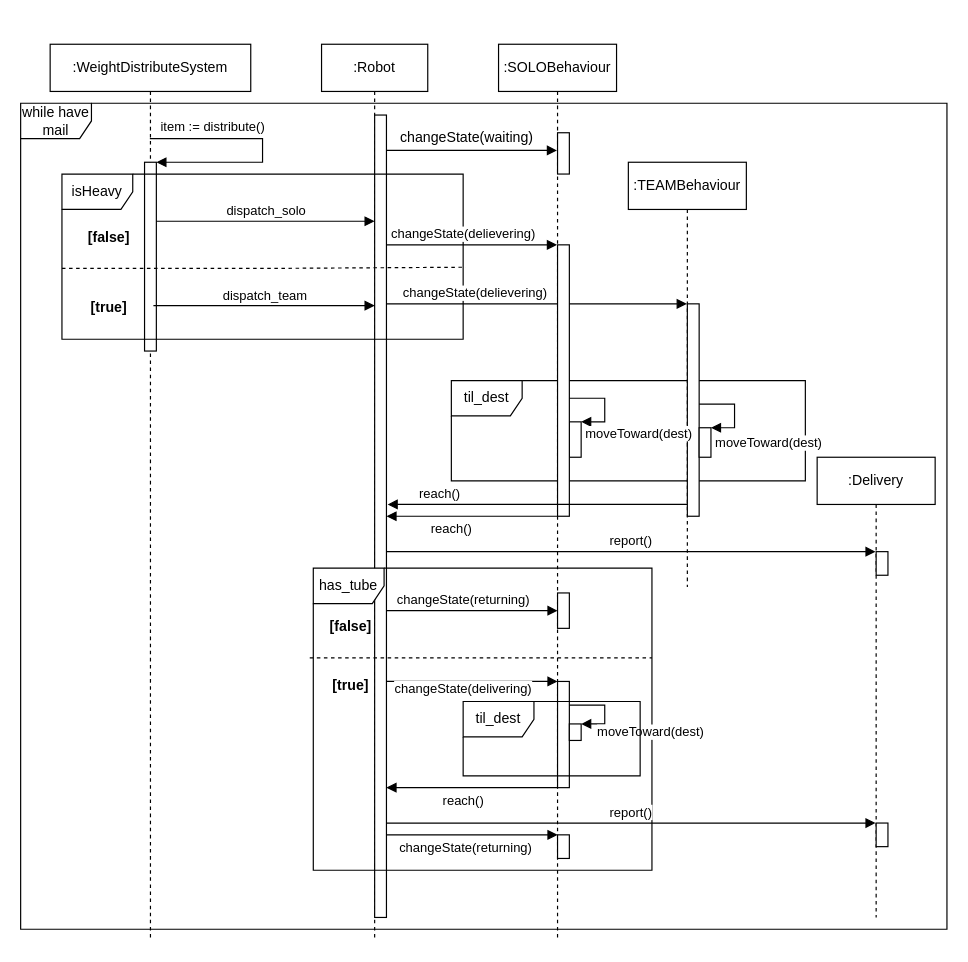
The draw.io diagram Sequence_diagram.drawio in PuKaiShen/SWEN30006, before the edit. Source tidied: cells renumbered, new cells numbered last; positions are measured from the earlier drawing's top-left corner, leaving out a move shared by most shapes. Both pictures are drawn from the tidied source at 118%, with x=0, y=0 at pixel (20, 44).
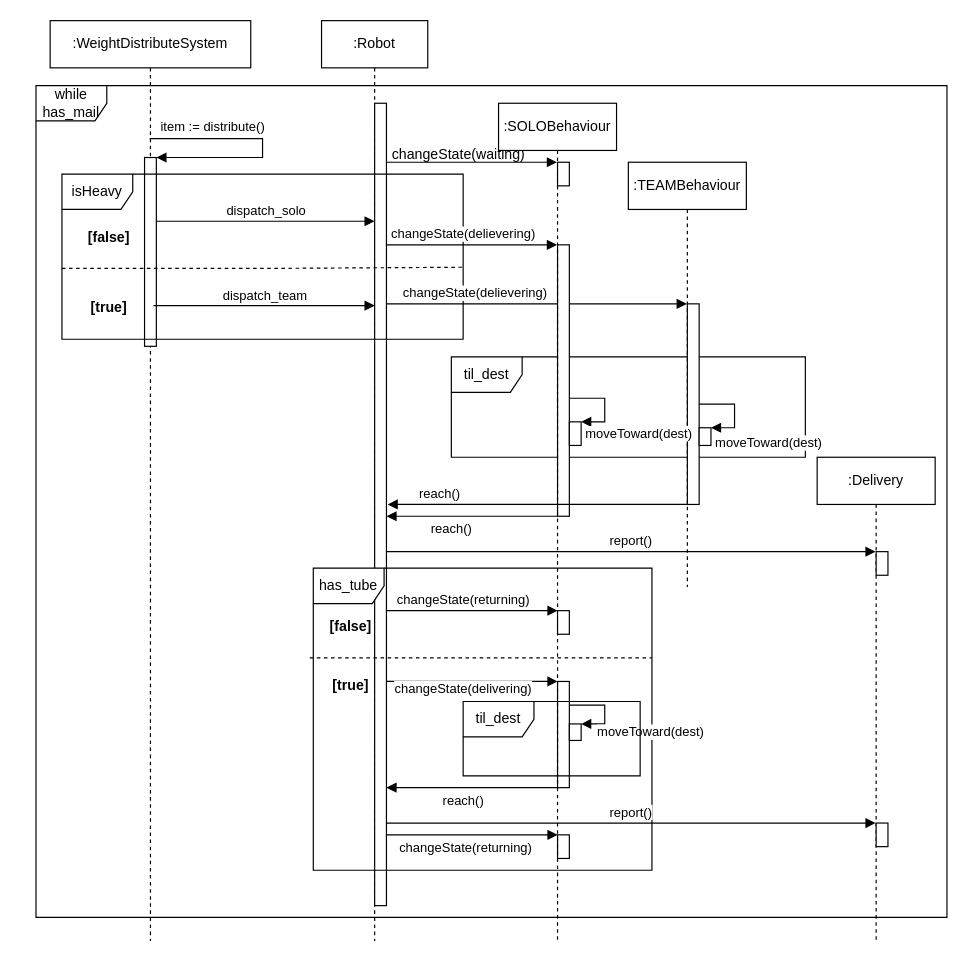
After the change.

The change refers to these unchanged cells:
```xml
<mxCell id="18" value=":TEAMBehaviour" style="shape=umlLifeline;perimeter=lifelinePerimeter;whiteSpace=wrap;html=1;outlineConnect=0;" parent="1" vertex="1">
  <mxGeometry x="515" y="100" width="100" height="360" as="geometry" />
</mxCell>
<mxCell id="24" style="html=1;points=[];perimeter=orthogonalPerimeter;" parent="1" vertex="1">
  <mxGeometry x="455" y="170" width="10" height="230" as="geometry" />
</mxCell>
```

The edit, as a diff of the source:
```diff
@@
     <mxCell id="2" value=":WeightDistributeSystem" style="shape=umlLifeline;perimeter=lifelinePerimeter;whiteSpace=wrap;html=1;outlineConnect=0;" parent="1" vertex="1">
-      <mxGeometry x="25" width="170" height="760" as="geometry" />
+      <mxGeometry x="25" y="-20" width="170" height="780" as="geometry" />
     </mxCell>
     <mxCell id="3" style="html=1;points=[];perimeter=orthogonalPerimeter;" parent="2" vertex="1">
-      <mxGeometry x="80" y="100" width="10" height="160" as="geometry" />
+      <mxGeometry x="80" y="116" width="10" height="160" as="geometry" />
     </mxCell>
     <mxCell id="4" value="item := distribute()" style="edgeStyle=orthogonalEdgeStyle;html=1;align=left;spacingLeft=2;endArrow=block;rounded=0;entryX=1;entryY=0;" parent="2" edge="1" source="2" target="3">
       <mxGeometry x="-0.95" y="10" relative="1" as="geometry">
         <Array as="points">
-          <mxPoint x="180" y="80" />
           <mxPoint x="180" y="100" />
+          <mxPoint x="180" y="116" />
         </Array>
       </mxGeometry>
     </mxCell>
     <mxCell id="5" value=":Robot" style="shape=umlLifeline;perimeter=lifelinePerimeter;whiteSpace=wrap;html=1;" parent="1" vertex="1">
-      <mxGeometry x="255" width="90" height="760" as="geometry" />
+      <mxGeometry x="255" y="-20" width="90" height="780" as="geometry" />
     </mxCell>
     <mxCell id="6" style="html=1;points=[];perimeter=orthogonalPerimeter;" parent="5" vertex="1">
-      <mxGeometry x="45" y="60" width="10" height="680" as="geometry" />
+      <mxGeometry x="45" y="70" width="10" height="680" as="geometry" />
     </mxCell>
@@
-    <mxCell id="14" value=":SOLOBehaviour" style="shape=umlLifeline;perimeter=lifelinePerimeter;whiteSpace=wrap;html=1;outlineConnect=0;" parent="1" vertex="1">
-      <mxGeometry x="405" width="100" height="760" as="geometry" />
-    </mxCell>
-    <mxCell id="15" style="html=1;perimeter=orthogonalPerimeter;" parent="14" vertex="1">
-      <mxGeometry x="50" y="75" width="10" height="35" as="geometry" />
-    </mxCell>
-    <mxCell id="16" style="html=1;points=[];perimeter=orthogonalPerimeter;" parent="14" vertex="1">
-      <mxGeometry x="60" y="320" width="10" height="30" as="geometry" />
-    </mxCell>
-    <mxCell id="17" style="html=1;points=[];perimeter=orthogonalPerimeter;" parent="14" vertex="1">
-      <mxGeometry x="50" y="465" width="10" height="30" as="geometry" />
-    </mxCell>
@@
     <mxCell id="19" style="html=1;points=[];perimeter=orthogonalPerimeter;" parent="18" vertex="1">
-      <mxGeometry x="50" y="120" width="10" height="180" as="geometry" />
+      <mxGeometry x="50" y="120" width="10" height="170" as="geometry" />
     </mxCell>
     <mxCell id="20" style="html=1;points=[];perimeter=orthogonalPerimeter;" parent="18" vertex="1">
-      <mxGeometry x="60" y="225" width="10" height="25" as="geometry" />
+      <mxGeometry x="60" y="225" width="10" height="15" as="geometry" />
     </mxCell>
@@
-    <mxCell id="22" value="changeState(delievering)" style="html=1;verticalAlign=bottom;endArrow=block;" parent="1" edge="1" source="6" target="14">
+    <mxCell id="22" value="changeState(delievering)" style="html=1;verticalAlign=bottom;endArrow=block;" parent="1" edge="1" source="6">
       <mxGeometry x="-0.1" relative="1" as="geometry">
+        <mxPoint x="454.5" y="170" as="targetPoint" />
         <Array as="points">
           <mxPoint x="365" y="170" />
           <mxPoint x="405" y="170" />
           <mxPoint x="415" y="170" />
           <mxPoint x="425" y="170" />
         </Array>
       </mxGeometry>
     </mxCell>
@@
     <mxCell id="25" value="changeState(waiting)" style="text;html=1;" parent="1" vertex="1">
-      <mxGeometry x="320" y="65" width="65" height="10" as="geometry" />
+      <mxGeometry x="312.5" y="80" width="65" height="10" as="geometry" />
     </mxCell>
-    <mxCell id="26" style="html=1;verticalAlign=bottom;endArrow=block;" parent="1" edge="1" source="6" target="14">
+    <mxCell id="26" style="html=1;verticalAlign=bottom;endArrow=block;" parent="1" edge="1" source="6">
       <mxGeometry relative="1" as="geometry">
+        <mxPoint x="454.5" y="100" as="targetPoint" />
         <Array as="points">
-          <mxPoint x="395" y="90" />
+          <mxPoint x="365" y="100" />
+          <mxPoint x="395" y="100" />
+          <mxPoint x="425" y="100" />
         </Array>
       </mxGeometry>
     </mxCell>
-    <mxCell id="27" value="moveToward(dest)" style="edgeStyle=orthogonalEdgeStyle;html=1;align=left;spacingLeft=2;endArrow=block;rounded=0;entryX=1;entryY=0;" parent="1" edge="1" source="24" target="16">
+    <mxCell id="27" value="moveToward(dest)" style="edgeStyle=orthogonalEdgeStyle;html=1;align=left;spacingLeft=2;endArrow=block;rounded=0;entryX=1;entryY=0;" parent="1" edge="1" source="24">
       <mxGeometry x="1" y="10" relative="1" as="geometry">
+        <mxPoint x="475" y="320" as="targetPoint" />
         <Array as="points">
           <mxPoint x="495" y="300" />
           <mxPoint x="495" y="320" />
         </Array>
       </mxGeometry>
     </mxCell>
@@
     <mxCell id="30" value=":Delivery" style="shape=umlLifeline;perimeter=lifelinePerimeter;whiteSpace=wrap;html=1;outlineConnect=0;" parent="1" vertex="1">
-      <mxGeometry x="675" y="350" width="100" height="390" as="geometry" />
+      <mxGeometry x="675" y="350" width="100" height="410" as="geometry" />
     </mxCell>
@@
-    <mxCell id="34" value="changeState(returning)" style="html=1;verticalAlign=bottom;endArrow=block;" parent="1" edge="1" source="6" target="17">
+    <mxCell id="34" value="changeState(returning)" style="html=1;verticalAlign=bottom;endArrow=block;" parent="1" edge="1" source="6">
       <mxGeometry x="-0.1" relative="1" as="geometry">
+        <mxPoint x="455" y="480" as="targetPoint" />
         <Array as="points">
           <mxPoint x="365" y="480" />
         </Array>
       </mxGeometry>
     </mxCell>
@@
-    <mxCell id="48" value="while have mail" style="shape=umlFrame;whiteSpace=wrap;html=1;" parent="1" vertex="1">
-      <mxGeometry y="50" width="785" height="700" as="geometry" />
-    </mxCell>
+    <mxCell id="14" value=":SOLOBehaviour" style="shape=umlLifeline;perimeter=lifelinePerimeter;whiteSpace=wrap;html=1;outlineConnect=0;" parent="1" vertex="1">
+      <mxGeometry x="405" y="50" width="100" height="710" as="geometry" />
+    </mxCell>
+    <mxCell id="49" style="html=1;perimeter=orthogonalPerimeter;" parent="14" vertex="1">
+      <mxGeometry x="60" y="270" width="10" height="20" as="geometry" />
+    </mxCell>
+    <mxCell id="50" style="html=1;perimeter=orthogonalPerimeter;" parent="1" vertex="1">
+      <mxGeometry x="455" y="100" width="10" height="20" as="geometry" />
+    </mxCell>
+    <mxCell id="51" style="html=1;perimeter=orthogonalPerimeter;" parent="1" vertex="1">
+      <mxGeometry x="455" y="480" width="10" height="20" as="geometry" />
+    </mxCell>
+    <mxCell id="52" value="while has_mail" style="shape=umlFrame;whiteSpace=wrap;html=1;" parent="1" vertex="1">
+      <mxGeometry x="13" y="35" width="772" height="705" as="geometry" />
+    </mxCell>
```
